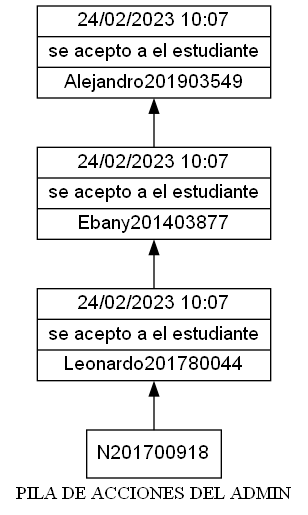
This is EDD_Proyecto1_Fase1/pila.png from Nahomi-Aparicio/EDD_1S2023_PY_202113293_F1, a Graphviz export, as it was before one commit. Its source is kept beside it as EDD_Proyecto1_Fase1/pila.dot.
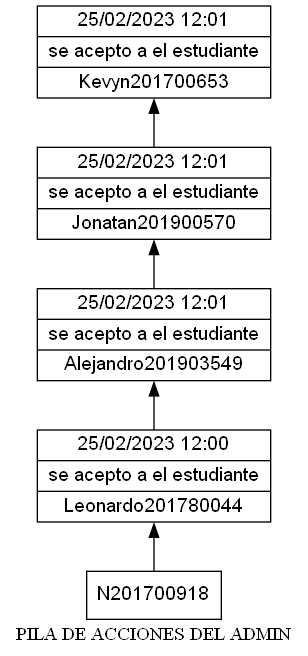
The same diagram one commit later.

The edit, as a diff of the source:
```diff
@@ -3,10 +3,12 @@
 node [shape=box];
 node [shape=record fontname=Arial]
 label = "PILA DE ACCIONES DEL ADMIN";
-N201903549[label="{24/02/2023      10:07     |se acepto a el estudiante|Alejandro201903549}"];
-N201403877->N201903549;
-N201403877[label="{24/02/2023      10:07     |se acepto a el estudiante|Ebany201403877}"];
-N201780044->N201403877;
-N201780044[label="{24/02/2023      10:07     |se acepto a el estudiante|Leonardo201780044}"];
+N201700653[label="{25/02/2023      12:01     |se acepto a el estudiante|Kevyn201700653}"];
+N201900570->N201700653;
+N201900570[label="{25/02/2023      12:01     |se acepto a el estudiante|Jonatan201900570}"];
+N201903549->N201900570;
+N201903549[label="{25/02/2023      12:01     |se acepto a el estudiante|Alejandro201903549}"];
+N201780044->N201903549;
+N201780044[label="{25/02/2023      12:00     |se acepto a el estudiante|Leonardo201780044}"];
 N201700918->N201780044;
 }
```
